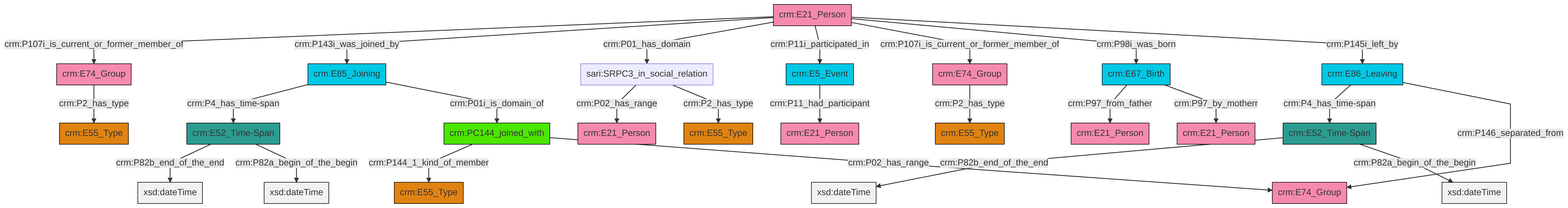
Before: et/personCSV/ttl/mmd/png/Person_Actor_Relations.png, a diagram exported from Mermaid (swiss-art-research-net/reference-data-models). Its source is kept beside it as et/personCSV/ttl/mmd/Person_Actor_Relations.ttl.mmd.
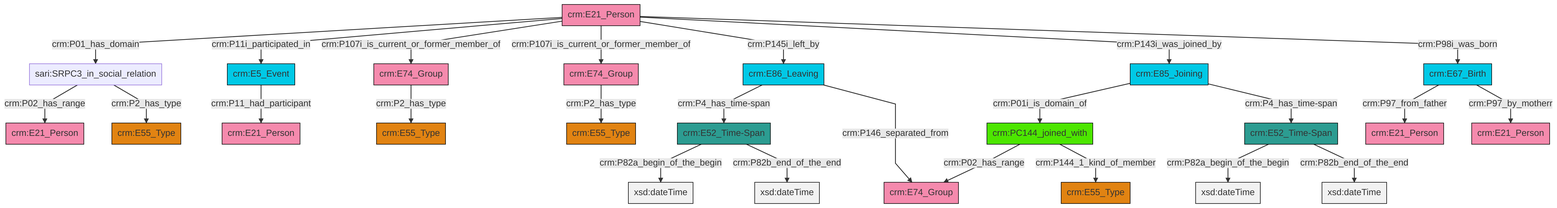
The same file after the commit.

Change to the diagram source:
```diff
@@ -13,27 +13,27 @@
 classDef PC_Classes fill:#4ce600, stroke:#000000;
 classDef Multi fill:#cccccc,stroke:#000000;
 
-2["crm:E67_Birth"]:::Temporal_Entity -->|crm:P97_from_father| 6["crm:E21_Person"]:::Actor
-8["crm:E52_Time-Span"]:::Time-Span -->|crm:P82b_end_of_the_end| 9[xsd:dateTime]:::Literal
-10["crm:E74_Group"]:::Actor -->|crm:P2_has_type| 11["crm:E55_Type"]:::Type
-2["crm:E67_Birth"]:::Temporal_Entity -->|crm:P97_by_motherr| 14["crm:E21_Person"]:::Actor
-0["crm:E21_Person"]:::Actor -->|crm:P107i_is_current_or_former_member_of| 10["crm:E74_Group"]:::Actor
-12["crm:E85_Joining"]:::Temporal_Entity -->|crm:P4_has_time-span| 8["crm:E52_Time-Span"]:::Time-Span
-21["crm:E52_Time-Span"]:::Time-Span -->|crm:P82b_end_of_the_end| 22[xsd:dateTime]:::Literal
-17["sari:SRPC3_in_social_relation"]:::Default -->|crm:P02_has_range| 24["crm:E21_Person"]:::Actor
-12["crm:E85_Joining"]:::Temporal_Entity -->|crm:P01i_is_domain_of| 19["crm:PC144_joined_with"]:::PC_Classes
-0["crm:E21_Person"]:::Actor -->|crm:P143i_was_joined_by| 12["crm:E85_Joining"]:::Temporal_Entity
-0["crm:E21_Person"]:::Actor -->|crm:P01_has_domain| 17["sari:SRPC3_in_social_relation"]:::Default
-0["crm:E21_Person"]:::Actor -->|crm:P11i_participated_in| 33["crm:E5_Event"]:::Temporal_Entity
-27["crm:E86_Leaving"]:::Temporal_Entity -->|crm:P4_has_time-span| 21["crm:E52_Time-Span"]:::Time-Span
-19["crm:PC144_joined_with"]:::PC_Classes -->|crm:P144_1_kind_of_member| 31["crm:E55_Type"]:::Type
-27["crm:E86_Leaving"]:::Temporal_Entity -->|crm:P146_separated_from| 40["crm:E74_Group"]:::Actor
-19["crm:PC144_joined_with"]:::PC_Classes -->|crm:P02_has_range| 40["crm:E74_Group"]:::Actor
-8["crm:E52_Time-Span"]:::Time-Span -->|crm:P82a_begin_of_the_begin| 41[xsd:dateTime]:::Literal
-0["crm:E21_Person"]:::Actor -->|crm:P107i_is_current_or_former_member_of| 15["crm:E74_Group"]:::Actor
-21["crm:E52_Time-Span"]:::Time-Span -->|crm:P82a_begin_of_the_begin| 43[xsd:dateTime]:::Literal
-17["sari:SRPC3_in_social_relation"]:::Default -->|crm:P2_has_type| 4["crm:E55_Type"]:::Type
-0["crm:E21_Person"]:::Actor -->|crm:P98i_was_born| 2["crm:E67_Birth"]:::Temporal_Entity
-33["crm:E5_Event"]:::Temporal_Entity -->|crm:P11_had_participant| 37["crm:E21_Person"]:::Actor
-0["crm:E21_Person"]:::Actor -->|crm:P145i_left_by| 27["crm:E86_Leaving"]:::Temporal_Entity
-15["crm:E74_Group"]:::Actor -->|crm:P2_has_type| 29["crm:E55_Type"]:::Type
+2["crm:E21_Person"]:::Actor -->|crm:P01_has_domain| 3["sari:SRPC3_in_social_relation"]:::Default
+9["crm:PC144_joined_with"]:::PC_Classes -->|crm:P02_has_range| 6["crm:E74_Group"]:::Actor
+3["sari:SRPC3_in_social_relation"]:::Default -->|crm:P02_has_range| 12["crm:E21_Person"]:::Actor
+2["crm:E21_Person"]:::Actor -->|crm:P11i_participated_in| 13["crm:E5_Event"]:::Temporal_Entity
+14["crm:E52_Time-Span"]:::Time-Span -->|crm:P82a_begin_of_the_begin| 15[xsd:dateTime]:::Literal
+4["crm:E52_Time-Span"]:::Time-Span -->|crm:P82a_begin_of_the_begin| 19[xsd:dateTime]:::Literal
+2["crm:E21_Person"]:::Actor -->|crm:P107i_is_current_or_former_member_of| 20["crm:E74_Group"]:::Actor
+24["crm:E86_Leaving"]:::Temporal_Entity -->|crm:P4_has_time-span| 4["crm:E52_Time-Span"]:::Time-Span
+25["crm:E85_Joining"]:::Temporal_Entity -->|crm:P01i_is_domain_of| 9["crm:PC144_joined_with"]:::PC_Classes
+25["crm:E85_Joining"]:::Temporal_Entity -->|crm:P4_has_time-span| 14["crm:E52_Time-Span"]:::Time-Span
+3["sari:SRPC3_in_social_relation"]:::Default -->|crm:P2_has_type| 29["crm:E55_Type"]:::Type
+2["crm:E21_Person"]:::Actor -->|crm:P107i_is_current_or_former_member_of| 35["crm:E74_Group"]:::Actor
+20["crm:E74_Group"]:::Actor -->|crm:P2_has_type| 0["crm:E55_Type"]:::Type
+9["crm:PC144_joined_with"]:::PC_Classes -->|crm:P144_1_kind_of_member| 33["crm:E55_Type"]:::Type
+2["crm:E21_Person"]:::Actor -->|crm:P145i_left_by| 24["crm:E86_Leaving"]:::Temporal_Entity
+36["crm:E67_Birth"]:::Temporal_Entity -->|crm:P97_from_father| 22["crm:E21_Person"]:::Actor
+13["crm:E5_Event"]:::Temporal_Entity -->|crm:P11_had_participant| 16["crm:E21_Person"]:::Actor
+24["crm:E86_Leaving"]:::Temporal_Entity -->|crm:P146_separated_from| 6["crm:E74_Group"]:::Actor
+14["crm:E52_Time-Span"]:::Time-Span -->|crm:P82b_end_of_the_end| 41[xsd:dateTime]:::Literal
+2["crm:E21_Person"]:::Actor -->|crm:P143i_was_joined_by| 25["crm:E85_Joining"]:::Temporal_Entity
+2["crm:E21_Person"]:::Actor -->|crm:P98i_was_born| 36["crm:E67_Birth"]:::Temporal_Entity
+36["crm:E67_Birth"]:::Temporal_Entity -->|crm:P97_by_motherr| 27["crm:E21_Person"]:::Actor
+4["crm:E52_Time-Span"]:::Time-Span -->|crm:P82b_end_of_the_end| 44[xsd:dateTime]:::Literal
+35["crm:E74_Group"]:::Actor -->|crm:P2_has_type| 10["crm:E55_Type"]:::Type
```
